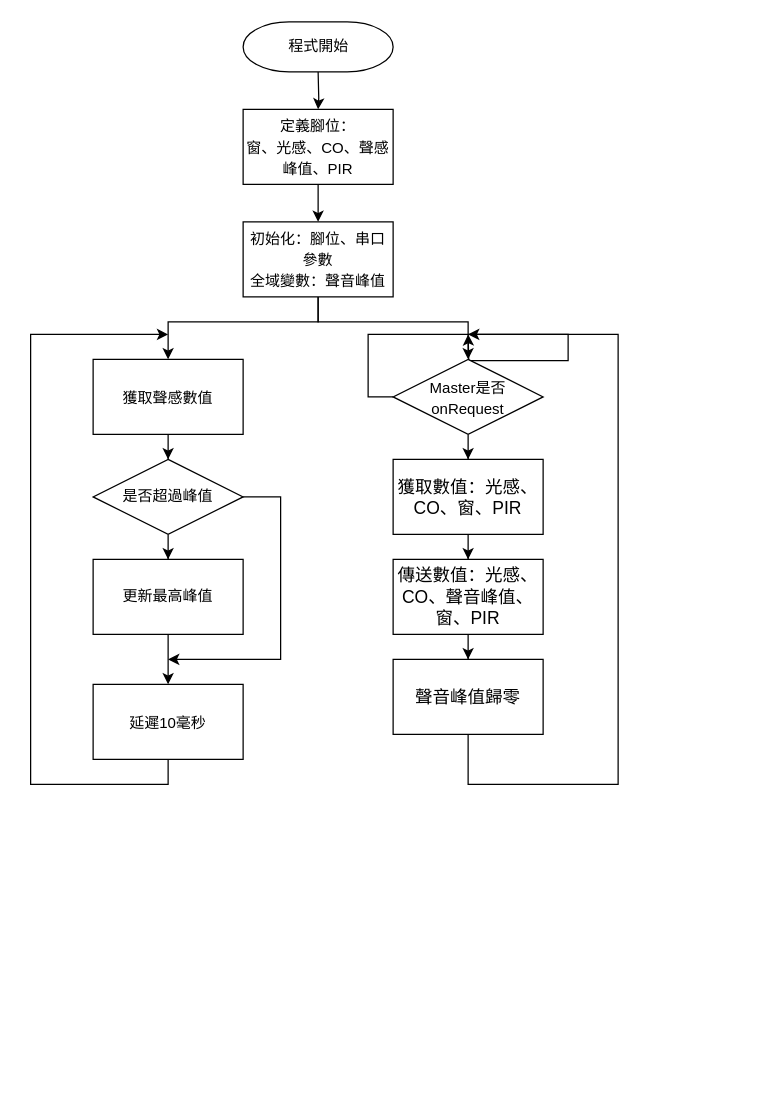
Before: iFamily_Sensor.drawio in k39920123/iFamily, a draw.io diagram. Source tidied: cells renumbered, new cells numbered last; positions are measured from the earlier drawing's top-left corner, leaving out a move shared by most shapes. Both pictures are drawn from the tidied source at 125%, with x=0, y=0 at pixel (30, 21).
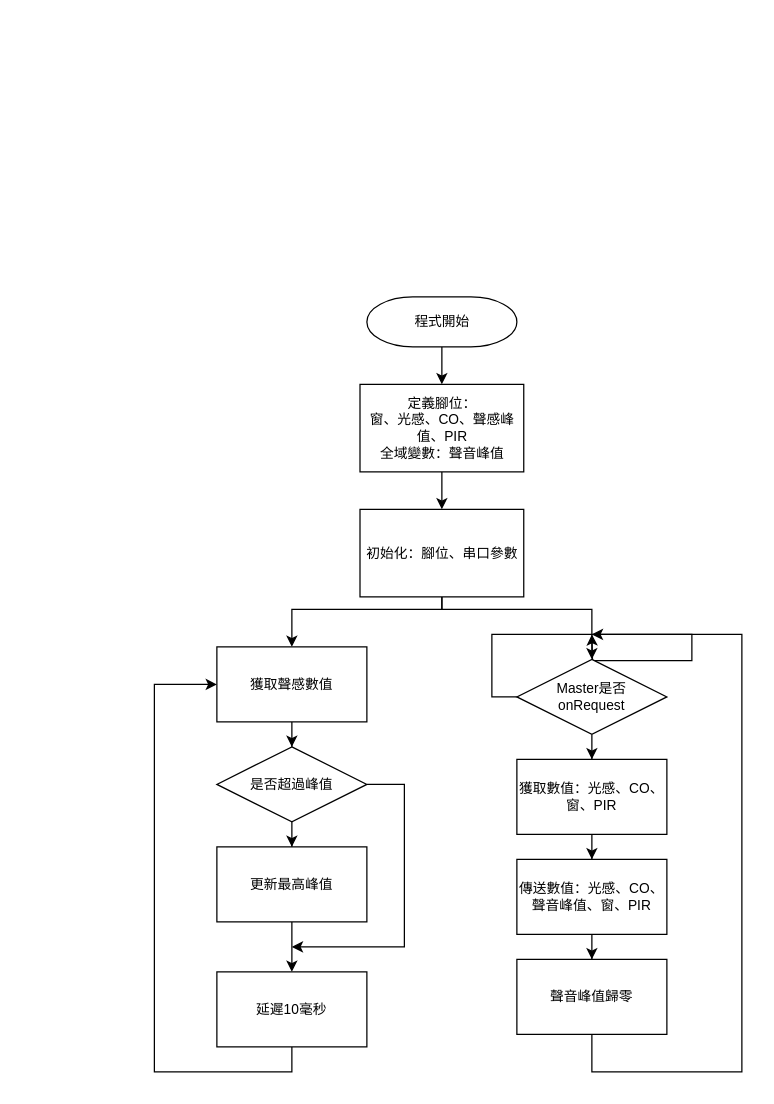
The same diagram, later.

What changed in the source:
```diff
@@
-    <mxCell id="2" style="edgeStyle=orthogonalEdgeStyle;rounded=0;jettySize=auto;html=1;fontSize=14;" parent="1" edge="1" target="4">
-      <mxGeometry relative="1" as="geometry">
-        <mxPoint x="230" y="40" as="sourcePoint" />
-      </mxGeometry>
-    </mxCell>
-    <mxCell id="3" style="edgeStyle=orthogonalEdgeStyle;rounded=0;jettySize=auto;html=1;fontSize=14;" parent="1" edge="1" source="4" target="7">
+    <mxCell id="3" style="edgeStyle=orthogonalEdgeStyle;rounded=0;jettySize=auto;html=1;fontSize=11;" parent="1" edge="1" source="4" target="7">
       <mxGeometry relative="1" as="geometry" />
     </mxCell>
-    <mxCell id="4" value="&lt;font style=&quot;font-size: 12px&quot;&gt;定義腳位：&lt;br&gt;窗、光感、CO、聲感峰值、PIR&lt;/font&gt;" style="rounded=0;whiteSpace=wrap;html=1;fontSize=14;" parent="1" vertex="1">
-      <mxGeometry x="170" y="70" width="120" height="60" as="geometry" />
+    <mxCell id="4" value="&lt;font style=&quot;font-size: 11px;&quot;&gt;定義腳位：&lt;br style=&quot;font-size: 11px;&quot;&gt;窗、光感、CO、聲感峰值、PIR&lt;br style=&quot;font-size: 11px;&quot;&gt;全域變數：聲音峰值&lt;br style=&quot;font-size: 11px;&quot;&gt;&lt;/font&gt;" style="rounded=0;whiteSpace=wrap;html=1;fontSize=11;" parent="1" vertex="1">
+      <mxGeometry x="263.5" y="290" width="131" height="70" as="geometry" />
     </mxCell>
-    <mxCell id="5" style="edgeStyle=orthogonalEdgeStyle;rounded=0;jettySize=auto;html=1;exitX=0.5;exitY=1;exitDx=0;exitDy=0;fontSize=14;" parent="1" edge="1" source="7" target="9">
+    <mxCell id="5" style="edgeStyle=orthogonalEdgeStyle;rounded=0;jettySize=auto;html=1;exitX=0.5;exitY=1;exitDx=0;exitDy=0;fontSize=11;" parent="1" edge="1" source="7" target="9">
       <mxGeometry relative="1" as="geometry">
         <Array as="points">
-          <mxPoint x="230" y="240" />
-          <mxPoint x="110" y="240" />
+          <mxPoint x="329" y="470" />
+          <mxPoint x="209" y="470" />
         </Array>
       </mxGeometry>
     </mxCell>
-    <mxCell id="6" style="edgeStyle=orthogonalEdgeStyle;rounded=0;jettySize=auto;html=1;exitX=0.5;exitY=1;exitDx=0;exitDy=0;fontSize=14;" parent="1" edge="1" source="7">
+    <mxCell id="6" style="edgeStyle=orthogonalEdgeStyle;rounded=0;jettySize=auto;html=1;exitX=0.5;exitY=1;exitDx=0;exitDy=0;fontSize=11;entryX=0.5;entryY=0;entryDx=0;entryDy=0;" parent="1" edge="1" source="7" target="14">
       <mxGeometry relative="1" as="geometry">
-        <mxPoint x="350" y="270" as="targetPoint" />
         <Array as="points">
-          <mxPoint x="230" y="240" />
-          <mxPoint x="350" y="240" />
+          <mxPoint x="329" y="470" />
+          <mxPoint x="449" y="470" />
         </Array>
       </mxGeometry>
     </mxCell>
-    <mxCell id="7" value="&lt;font style=&quot;font-size: 12px&quot;&gt;初始化：腳位、串口參數&lt;br&gt;全域變數：聲音峰值&lt;br&gt;&lt;/font&gt;" style="rounded=0;whiteSpace=wrap;html=1;fontSize=14;" parent="1" vertex="1">
-      <mxGeometry x="170" y="160" width="120" height="60" as="geometry" />
+    <mxCell id="7" value="&lt;font style=&quot;font-size: 11px;&quot;&gt;初始化：腳位、串口參數&lt;br style=&quot;font-size: 11px;&quot;&gt;&lt;/font&gt;" style="rounded=0;whiteSpace=wrap;html=1;fontSize=11;" parent="1" vertex="1">
+      <mxGeometry x="263.5" y="390" width="131" height="70" as="geometry" />
     </mxCell>
-    <mxCell id="8" style="edgeStyle=orthogonalEdgeStyle;rounded=0;jettySize=auto;html=1;fontSize=12;" parent="1" edge="1" source="9" target="17">
+    <mxCell id="8" style="edgeStyle=orthogonalEdgeStyle;rounded=0;jettySize=auto;html=1;fontSize=11;" parent="1" edge="1" source="9" target="17">
       <mxGeometry relative="1" as="geometry" />
     </mxCell>
-    <mxCell id="9" value="&lt;font style=&quot;font-size: 12px&quot;&gt;獲取聲感數值&lt;/font&gt;" style="rounded=0;whiteSpace=wrap;html=1;fontSize=14;" parent="1" vertex="1">
-      <mxGeometry x="50" y="270" width="120" height="60" as="geometry" />
+    <mxCell id="9" value="&lt;font style=&quot;font-size: 11px;&quot;&gt;獲取聲感數值&lt;/font&gt;" style="rounded=0;whiteSpace=wrap;html=1;fontSize=11;" parent="1" vertex="1">
+      <mxGeometry x="149" y="500" width="120" height="60" as="geometry" />
     </mxCell>
-    <mxCell id="10" style="edgeStyle=orthogonalEdgeStyle;rounded=0;jettySize=auto;html=1;exitX=0.5;exitY=1;exitDx=0;exitDy=0;fontSize=14;" parent="1" edge="1" source="11">
+    <mxCell id="10" style="edgeStyle=orthogonalEdgeStyle;rounded=0;jettySize=auto;html=1;exitX=0.5;exitY=1;exitDx=0;exitDy=0;fontSize=11;entryX=0;entryY=0.5;entryDx=0;entryDy=0;" parent="1" edge="1" source="11" target="9">
       <mxGeometry relative="1" as="geometry">
-        <mxPoint x="110" y="250" as="targetPoint" />
         <Array as="points">
-          <mxPoint x="110" y="610" />
-          <mxPoint y="610" />
-          <mxPoint y="250" />
+          <mxPoint x="209" y="840" />
+          <mxPoint x="99" y="840" />
+          <mxPoint x="99" y="530" />
         </Array>
       </mxGeometry>
     </mxCell>
-    <mxCell id="11" value="&lt;font style=&quot;font-size: 12px&quot;&gt;延遲10毫秒&lt;/font&gt;" style="rounded=0;whiteSpace=wrap;html=1;fontSize=14;" parent="1" vertex="1">
-      <mxGeometry x="50" y="530" width="120" height="60" as="geometry" />
+    <mxCell id="11" value="&lt;font style=&quot;font-size: 11px;&quot;&gt;延遲10毫秒&lt;/font&gt;" style="rounded=0;whiteSpace=wrap;html=1;fontSize=11;" parent="1" vertex="1">
+      <mxGeometry x="149" y="760" width="120" height="60" as="geometry" />
     </mxCell>
-    <mxCell id="12" style="edgeStyle=orthogonalEdgeStyle;rounded=0;jettySize=auto;html=1;fontSize=12;" parent="1" edge="1" source="14" target="21">
+    <mxCell id="12" style="edgeStyle=orthogonalEdgeStyle;rounded=0;jettySize=auto;html=1;fontSize=11;" parent="1" edge="1" source="14" target="21">
       <mxGeometry relative="1" as="geometry" />
     </mxCell>
-    <mxCell id="13" style="edgeStyle=orthogonalEdgeStyle;rounded=0;jettySize=auto;html=1;exitX=0;exitY=0.5;exitDx=0;exitDy=0;fontSize=12;" parent="1" edge="1" source="14">
+    <mxCell id="13" style="edgeStyle=orthogonalEdgeStyle;rounded=0;jettySize=auto;html=1;exitX=0;exitY=0.5;exitDx=0;exitDy=0;fontSize=11;" parent="1" edge="1" source="14">
       <mxGeometry relative="1" as="geometry">
-        <mxPoint x="350" y="250" as="targetPoint" />
+        <mxPoint x="449" y="490" as="targetPoint" />
       </mxGeometry>
     </mxCell>
-    <mxCell id="14" value="&lt;font style=&quot;font-size: 12px&quot;&gt;Master是否&lt;br&gt;onRequest&lt;br&gt;&lt;/font&gt;" style="rhombus;whiteSpace=wrap;html=1;fontSize=14;" parent="1" vertex="1">
-      <mxGeometry x="290" y="270" width="120" height="60" as="geometry" />
+    <mxCell id="14" value="&lt;font style=&quot;font-size: 11px;&quot;&gt;Master是否&lt;br style=&quot;font-size: 11px;&quot;&gt;onRequest&lt;br style=&quot;font-size: 11px;&quot;&gt;&lt;/font&gt;" style="rhombus;whiteSpace=wrap;html=1;fontSize=11;" parent="1" vertex="1">
+      <mxGeometry x="389" y="510" width="120" height="60" as="geometry" />
     </mxCell>
-    <mxCell id="15" style="edgeStyle=orthogonalEdgeStyle;rounded=0;jettySize=auto;html=1;fontSize=12;" parent="1" edge="1" source="17" target="19">
+    <mxCell id="15" style="edgeStyle=orthogonalEdgeStyle;rounded=0;jettySize=auto;html=1;fontSize=11;" parent="1" edge="1" source="17" target="19">
       <mxGeometry relative="1" as="geometry" />
     </mxCell>
-    <mxCell id="16" style="edgeStyle=orthogonalEdgeStyle;rounded=0;jettySize=auto;html=1;exitX=1;exitY=0.5;exitDx=0;exitDy=0;fontSize=12;" parent="1" edge="1" source="17">
+    <mxCell id="16" style="edgeStyle=orthogonalEdgeStyle;rounded=0;jettySize=auto;html=1;exitX=1;exitY=0.5;exitDx=0;exitDy=0;fontSize=11;" parent="1" edge="1" source="17">
       <mxGeometry relative="1" as="geometry">
-        <mxPoint x="110" y="510" as="targetPoint" />
+        <mxPoint x="209" y="740" as="targetPoint" />
         <Array as="points">
-          <mxPoint x="200" y="380" />
-          <mxPoint x="200" y="510" />
+          <mxPoint x="299" y="610" />
+          <mxPoint x="299" y="740" />
         </Array>
       </mxGeometry>
     </mxCell>
-    <mxCell id="17" value="是否超過峰值" style="rhombus;whiteSpace=wrap;html=1;fontSize=12;" parent="1" vertex="1">
-      <mxGeometry x="50" y="350" width="120" height="60" as="geometry" />
+    <mxCell id="17" value="是否超過峰值" style="rhombus;whiteSpace=wrap;html=1;fontSize=11;" parent="1" vertex="1">
+      <mxGeometry x="149" y="580" width="120" height="60" as="geometry" />
     </mxCell>
-    <mxCell id="18" style="edgeStyle=orthogonalEdgeStyle;rounded=0;jettySize=auto;html=1;fontSize=12;" parent="1" edge="1" source="19" target="11">
+    <mxCell id="18" style="edgeStyle=orthogonalEdgeStyle;rounded=0;jettySize=auto;html=1;fontSize=11;" parent="1" edge="1" source="19" target="11">
       <mxGeometry relative="1" as="geometry" />
     </mxCell>
-    <mxCell id="19" value="更新最高峰值" style="rounded=0;whiteSpace=wrap;html=1;fontSize=12;" parent="1" vertex="1">
-      <mxGeometry x="50" y="430" width="120" height="60" as="geometry" />
+    <mxCell id="19" value="更新最高峰值" style="rounded=0;whiteSpace=wrap;html=1;fontSize=11;" parent="1" vertex="1">
+      <mxGeometry x="149" y="660" width="120" height="60" as="geometry" />
     </mxCell>
-    <mxCell id="20" style="edgeStyle=orthogonalEdgeStyle;rounded=0;jettySize=auto;html=1;fontSize=12;" parent="1" edge="1" source="21" target="23">
+    <mxCell id="20" style="edgeStyle=orthogonalEdgeStyle;rounded=0;jettySize=auto;html=1;fontSize=11;" parent="1" edge="1" source="21" target="23">
       <mxGeometry relative="1" as="geometry" />
     </mxCell>
-    <mxCell id="21" value="獲取數值：光感、CO、窗、PIR" style="whiteSpace=wrap;html=1;fontSize=14;" parent="1" vertex="1">
-      <mxGeometry x="290" y="350" width="120" height="60" as="geometry" />
+    <mxCell id="21" value="獲取數值：光感、CO、窗、PIR" style="whiteSpace=wrap;html=1;fontSize=11;" parent="1" vertex="1">
+      <mxGeometry x="389" y="590" width="120" height="60" as="geometry" />
     </mxCell>
-    <mxCell id="22" style="edgeStyle=orthogonalEdgeStyle;rounded=0;jettySize=auto;html=1;fontSize=12;" parent="1" edge="1" source="23" target="25">
+    <mxCell id="22" style="edgeStyle=orthogonalEdgeStyle;rounded=0;jettySize=auto;html=1;fontSize=11;" parent="1" edge="1" source="23" target="25">
       <mxGeometry relative="1" as="geometry" />
     </mxCell>
-    <mxCell id="23" value="傳送數值：光感、CO、聲音峰值、窗、PIR" style="whiteSpace=wrap;html=1;fontSize=14;" parent="1" vertex="1">
-      <mxGeometry x="290" y="430" width="120" height="60" as="geometry" />
+    <mxCell id="23" value="傳送數值：光感、CO、聲音峰值、窗、PIR" style="whiteSpace=wrap;html=1;fontSize=11;" parent="1" vertex="1">
+      <mxGeometry x="389" y="670" width="120" height="60" as="geometry" />
     </mxCell>
-    <mxCell id="24" style="edgeStyle=orthogonalEdgeStyle;rounded=0;jettySize=auto;html=1;exitX=0.5;exitY=1;exitDx=0;exitDy=0;fontSize=12;" parent="1" edge="1" source="25">
+    <mxCell id="24" style="edgeStyle=orthogonalEdgeStyle;rounded=0;jettySize=auto;html=1;exitX=0.5;exitY=1;exitDx=0;exitDy=0;fontSize=11;" parent="1" edge="1" source="25">
       <mxGeometry relative="1" as="geometry">
-        <mxPoint x="350" y="250" as="targetPoint" />
+        <mxPoint x="449" y="490" as="targetPoint" />
         <Array as="points">
-          <mxPoint x="350" y="610" />
-          <mxPoint x="470" y="610" />
-          <mxPoint x="470" y="250" />
+          <mxPoint x="449" y="840" />
+          <mxPoint x="569" y="840" />
+          <mxPoint x="569" y="490" />
         </Array>
       </mxGeometry>
     </mxCell>
-    <mxCell id="25" value="聲音峰值歸零" style="whiteSpace=wrap;html=1;fontSize=14;" parent="1" vertex="1">
-      <mxGeometry x="290" y="510" width="120" height="60" as="geometry" />
+    <mxCell id="25" value="聲音峰值歸零" style="whiteSpace=wrap;html=1;fontSize=11;" parent="1" vertex="1">
+      <mxGeometry x="389" y="750" width="120" height="60" as="geometry" />
     </mxCell>
+    <mxCell id="27" style="edgeStyle=orthogonalEdgeStyle;rounded=0;jettySize=auto;html=1;fontSize=11;" parent="1" edge="1" source="26" target="4">
+      <mxGeometry relative="1" as="geometry" />
+    </mxCell>
-    <mxCell id="26" value="程式開始" style="shape=mxgraph.flowchart.terminator;strokeWidth=1;gradientDirection=north;fontStyle=0;html=1;fillColor=default;strokeColor=default;" parent="1" vertex="1">
-      <mxGeometry x="170" width="120" height="40" as="geometry" />
+    <mxCell id="26" value="程式開始" style="shape=mxgraph.flowchart.terminator;strokeWidth=1;gradientDirection=north;fontStyle=0;html=1;fillColor=default;strokeColor=default;fontSize=11;" parent="1" vertex="1">
+      <mxGeometry x="269" y="220" width="120" height="40" as="geometry" />
     </mxCell>
```
